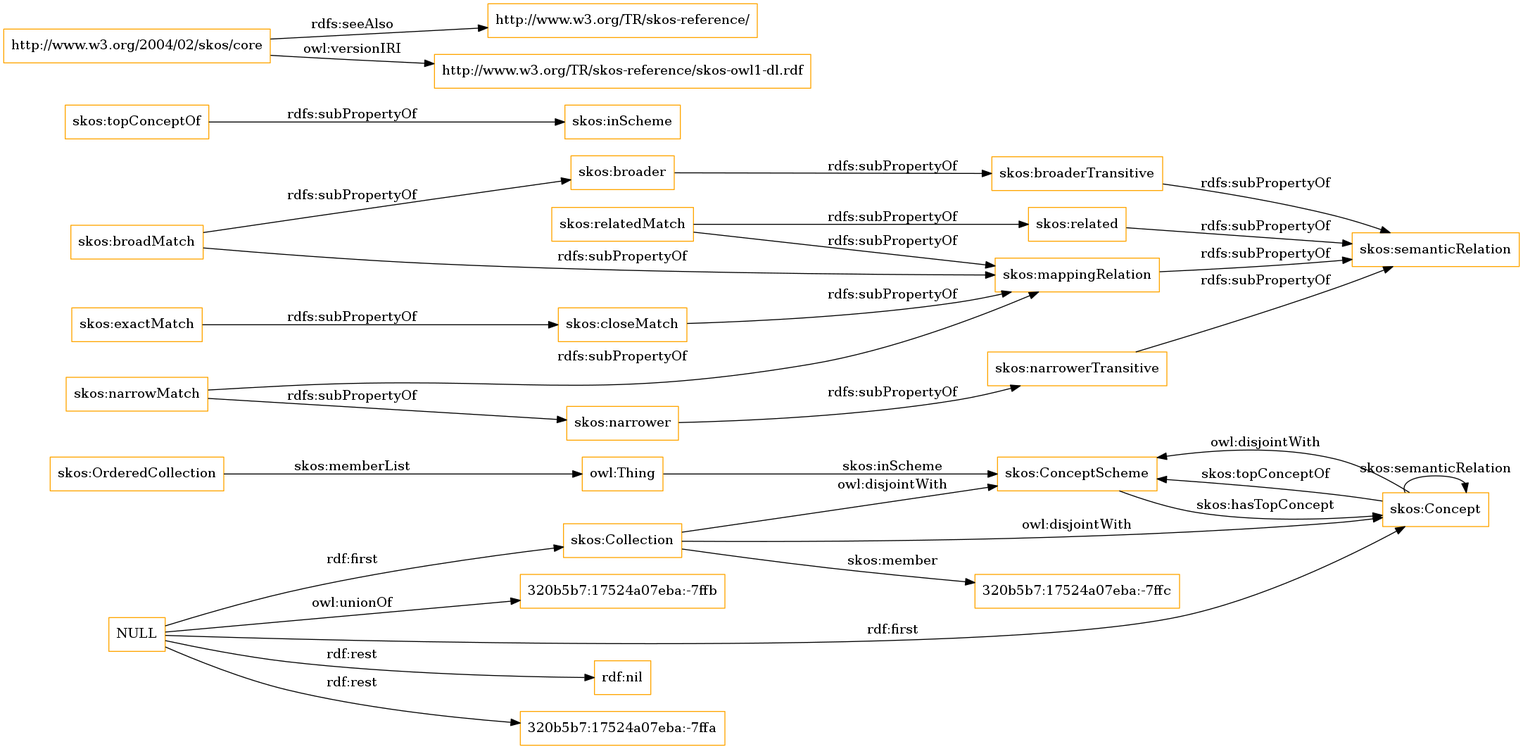
OnToologyUser/core-ontology-1 keeps this Graphviz diagram as OnToology/imports/skos.owl/diagrams/ar2dtool-class/skos.owl.png. Above is the earlier version. Its source is kept beside it as OnToology/imports/skos.owl/diagrams/ar2dtool-class/skos.owl.png.dot.
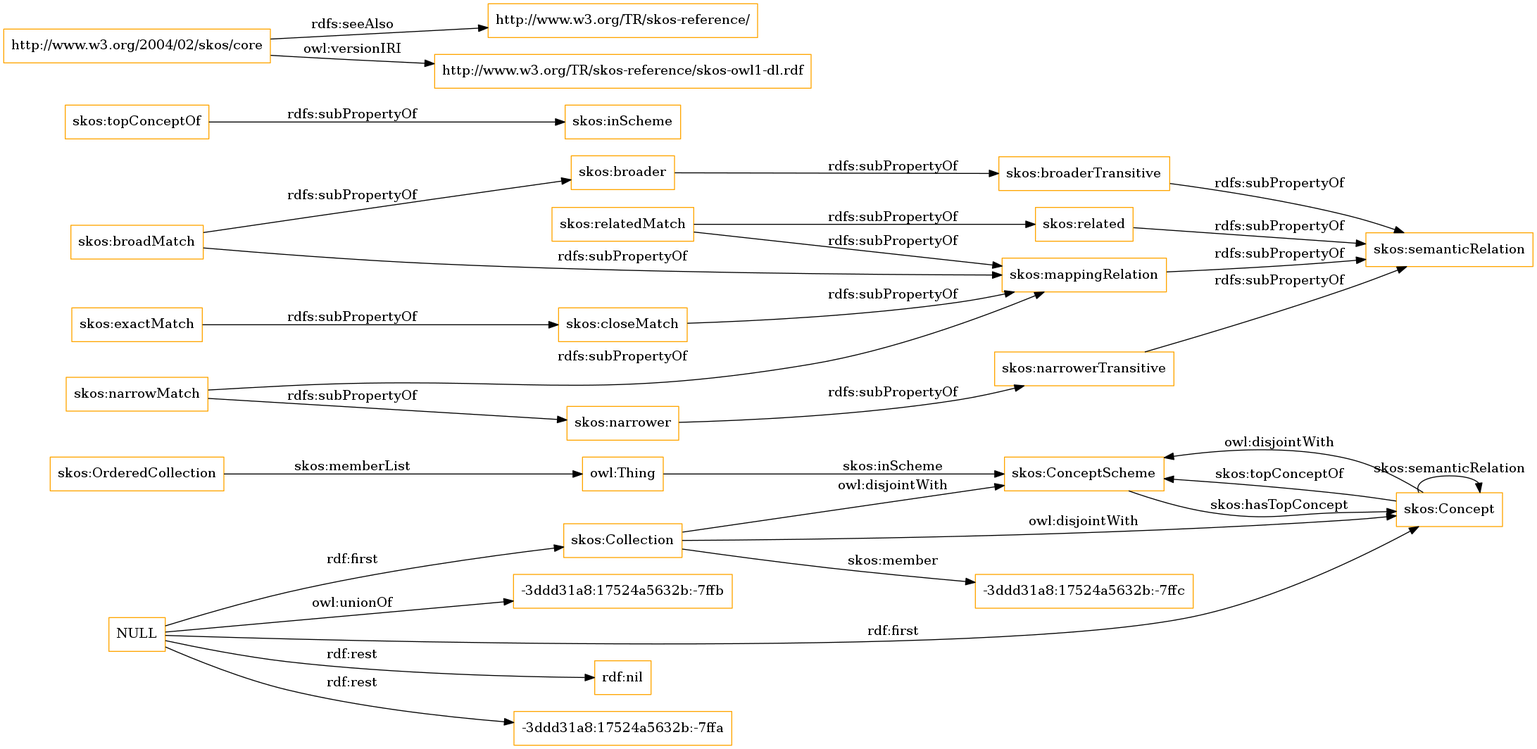
Later version of the same file.

The edit, as a diff of the source:
```diff
@@ -1,13 +1,13 @@
 digraph ar2dtool_diagram {
 rankdir=LR;
 size="1501"
-node [shape = rectangle, color="orange"]; "skos:OrderedCollection" "skos:ConceptScheme" "skos:Concept" "skos:Collection" "320b5b7:17524a07eba:-7ffc" ; /*classes style*/
+node [shape = rectangle, color="orange"]; "skos:OrderedCollection" "skos:ConceptScheme" "skos:Concept" "skos:Collection" "-3ddd31a8:17524a5632b:-7ffc" ; /*classes style*/
 	"skos:narrowerTransitive" -> "skos:semanticRelation" [ label = "rdfs:subPropertyOf" ];
 	"NULL" -> "rdf:nil" [ label = "rdf:rest" ];
 	"NULL" -> "skos:Concept" [ label = "rdf:first" ];
-	"NULL" -> "320b5b7:17524a07eba:-7ffa" [ label = "rdf:rest" ];
+	"NULL" -> "-3ddd31a8:17524a5632b:-7ffa" [ label = "rdf:rest" ];
 	"NULL" -> "skos:Collection" [ label = "rdf:first" ];
-	"NULL" -> "320b5b7:17524a07eba:-7ffb" [ label = "owl:unionOf" ];
+	"NULL" -> "-3ddd31a8:17524a5632b:-7ffb" [ label = "owl:unionOf" ];
 	"skos:closeMatch" -> "skos:mappingRelation" [ label = "rdfs:subPropertyOf" ];
 	"skos:Concept" -> "skos:ConceptScheme" [ label = "owl:disjointWith" ];
 	"skos:relatedMatch" -> "skos:related" [ label = "rdfs:subPropertyOf" ];
@@ -30,7 +30,7 @@
 	"skos:OrderedCollection" -> "owl:Thing" [ label = "skos:memberList" ];
 	"skos:Concept" -> "skos:ConceptScheme" [ label = "skos:topConceptOf" ];
 	"skos:Concept" -> "skos:Concept" [ label = "skos:semanticRelation" ];
-	"skos:Collection" -> "320b5b7:17524a07eba:-7ffc" [ label = "skos:member" ];
+	"skos:Collection" -> "-3ddd31a8:17524a5632b:-7ffc" [ label = "skos:member" ];
 	"skos:ConceptScheme" -> "skos:Concept" [ label = "skos:hasTopConcept" ];
 	"owl:Thing" -> "skos:ConceptScheme" [ label = "skos:inScheme" ];
 
```
